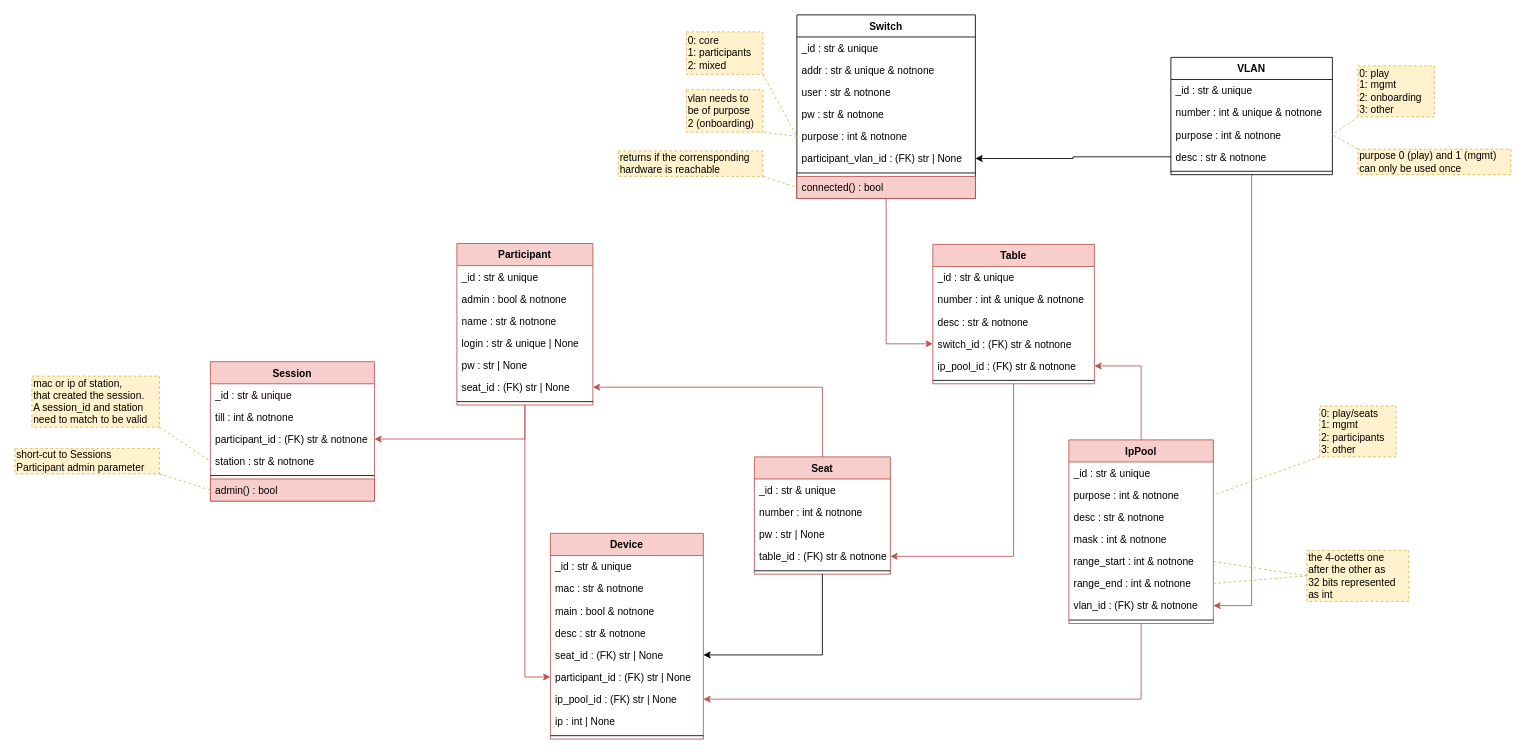
Earlier version of the draw.io diagram docs/elements_classes.drawio (nils-ost/LanPartyOnboardingSystem). Source tidied: cells renumbered, new cells numbered last; positions are measured from the earlier drawing's top-left corner, leaving out a move shared by most shapes. Both pictures are drawn from the tidied source at 85%, with x=0, y=0 at pixel (14, 14).
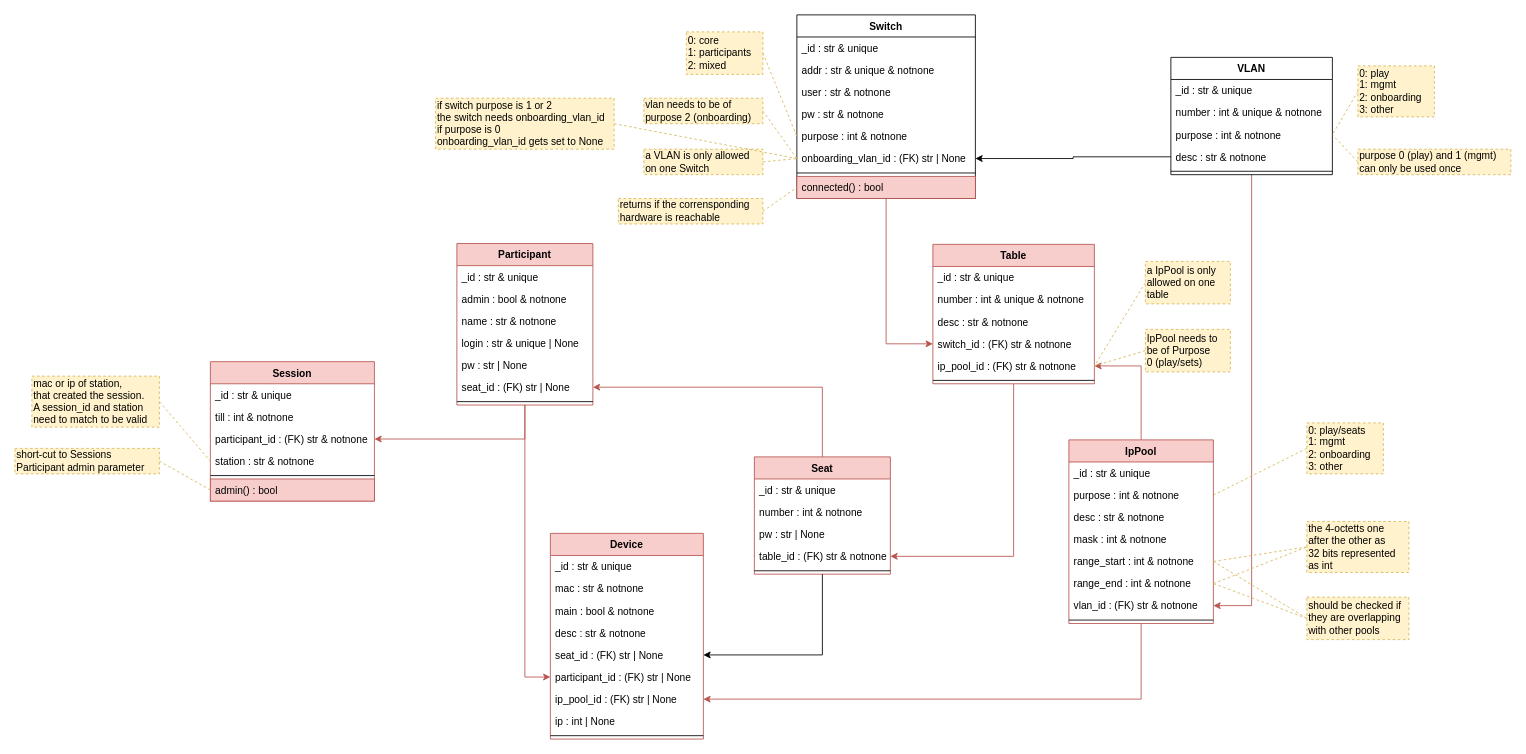
The same diagram, later.

Commit message (it also covers changes not shown here):
refined element Switch

The change refers to these unchanged cells:
```xml
<mxCell id="6" value="purpose : int &amp; notnone" style="text;strokeColor=none;fillColor=none;align=left;verticalAlign=top;spacingLeft=4;spacingRight=4;overflow=hidden;points=[[0,0.5],[1,0.5]];portConstraint=eastwest;" parent="3" vertex="1">
  <mxGeometry y="78" width="190" height="26" as="geometry" />
</mxCell>
<mxCell id="9" value="Switch" style="swimlane;fontStyle=1;align=center;verticalAlign=top;horizontal=1;startSize=26;" parent="1" vertex="1">
  <mxGeometry x="920" width="210" height="216" as="geometry" />
</mxCell>
<mxCell id="14" value="purpose : int &amp; notnone" style="text;strokeColor=none;fillColor=none;align=left;verticalAlign=top;spacingLeft=4;spacingRight=4;overflow=hidden;points=[[0,0.5],[1,0.5]];portConstraint=eastwest;" parent="9" vertex="1">
  <mxGeometry y="130" width="210" height="26" as="geometry" />
</mxCell>
<mxCell id="17" value="connected() : bool" style="text;strokeColor=#b85450;fillColor=#f8cecc;align=left;verticalAlign=top;spacingLeft=4;spacingRight=4;overflow=hidden;points=[[0,0.5],[1,0.5]];portConstraint=eastwest;" parent="9" vertex="1">
  <mxGeometry y="190" width="210" height="26" as="geometry" />
</mxCell>
<mxCell id="19" value="0: core&lt;br&gt;1: participants&lt;br&gt;2: mixed" style="rounded=0;whiteSpace=wrap;html=1;fillColor=#fff2cc;strokeColor=#d6b656;dashed=1;align=left;verticalAlign=middle;horizontal=1;labelPosition=center;verticalLabelPosition=middle;" parent="1" vertex="1">
  <mxGeometry x="790" y="20" width="90" height="50" as="geometry" />
</mxCell>
<mxCell id="22" value="0: play&lt;br&gt;1: mgmt&lt;br&gt;2: onboarding&lt;br&gt;3: other" style="rounded=0;whiteSpace=wrap;html=1;fillColor=#fff2cc;strokeColor=#d6b656;dashed=1;align=left;verticalAlign=middle;horizontal=1;labelPosition=center;verticalLabelPosition=middle;" parent="1" vertex="1">
  <mxGeometry x="1580" y="60" width="90" height="60" as="geometry" />
</mxCell>
<mxCell id="29" value="ip_pool_id : (FK) str &amp; notnone" style="text;strokeColor=none;fillColor=none;align=left;verticalAlign=top;spacingLeft=4;spacingRight=4;overflow=hidden;points=[[0,0.5],[1,0.5]];portConstraint=eastwest;dashed=1;" parent="24" vertex="1">
  <mxGeometry y="130" width="190" height="26" as="geometry" />
</mxCell>
<mxCell id="35" value="purpose : int &amp; notnone" style="text;strokeColor=none;fillColor=none;align=left;verticalAlign=top;spacingLeft=4;spacingRight=4;overflow=hidden;points=[[0,0.5],[1,0.5]];portConstraint=eastwest;" parent="33" vertex="1">
  <mxGeometry y="52" width="170" height="26" as="geometry" />
</mxCell>
<mxCell id="38" value="range_start : int &amp; notnone" style="text;strokeColor=none;fillColor=none;align=left;verticalAlign=top;spacingLeft=4;spacingRight=4;overflow=hidden;points=[[0,0.5],[1,0.5]];portConstraint=eastwest;" parent="33" vertex="1">
  <mxGeometry y="130" width="170" height="26" as="geometry" />
</mxCell>
<mxCell id="39" value="range_end : int &amp; notnone" style="text;strokeColor=none;fillColor=none;align=left;verticalAlign=top;spacingLeft=4;spacingRight=4;overflow=hidden;points=[[0,0.5],[1,0.5]];portConstraint=eastwest;" parent="33" vertex="1">
  <mxGeometry y="156" width="170" height="26" as="geometry" />
</mxCell>
<mxCell id="76" value="purpose 0 (play) and 1 (mgmt)&lt;br&gt;can only be used once" style="rounded=0;whiteSpace=wrap;html=1;fillColor=#fff2cc;strokeColor=#d6b656;dashed=1;align=left;verticalAlign=middle;horizontal=1;labelPosition=center;verticalLabelPosition=middle;" parent="1" vertex="1">
  <mxGeometry x="1580" y="158" width="180" height="30" as="geometry" />
</mxCell>
<mxCell id="83" value="station : str &amp; notnone" style="text;strokeColor=none;fillColor=none;align=left;verticalAlign=top;spacingLeft=4;spacingRight=4;overflow=hidden;points=[[0,0.5],[1,0.5]];portConstraint=eastwest;" parent="79" vertex="1">
  <mxGeometry y="104" width="193" height="26" as="geometry" />
</mxCell>
<mxCell id="85" value="admin() : bool" style="text;strokeColor=#b85450;fillColor=#f8cecc;align=left;verticalAlign=top;spacingLeft=4;spacingRight=4;overflow=hidden;points=[[0,0.5],[1,0.5]];portConstraint=eastwest;" parent="79" vertex="1">
  <mxGeometry y="138" width="193" height="26" as="geometry" />
</mxCell>
<mxCell id="87" value="mac or ip of station,&lt;br&gt;that created the session.&lt;br&gt;A session_id and station&lt;br&gt;need to match to be valid" style="rounded=0;whiteSpace=wrap;html=1;fillColor=#fff2cc;strokeColor=#d6b656;dashed=1;align=left;verticalAlign=middle;horizontal=1;labelPosition=center;verticalLabelPosition=middle;" parent="1" vertex="1">
  <mxGeometry x="20" y="425" width="150" height="60" as="geometry" />
</mxCell>
<mxCell id="90" value="short-cut to Sessions &lt;br&gt;Participant admin parameter" style="rounded=0;whiteSpace=wrap;html=1;fillColor=#fff2cc;strokeColor=#d6b656;dashed=1;align=left;verticalAlign=middle;horizontal=1;labelPosition=center;verticalLabelPosition=middle;" parent="1" vertex="1">
  <mxGeometry y="510" width="170" height="30" as="geometry" />
</mxCell>
```

What changed in the source:
```diff
@@
-    <mxCell id="15" value="participant_vlan_id : (FK) str | None" style="text;strokeColor=none;fillColor=none;align=left;verticalAlign=top;spacingLeft=4;spacingRight=4;overflow=hidden;points=[[0,0.5],[1,0.5]];portConstraint=eastwest;" parent="9" vertex="1">
+    <mxCell id="15" value="onboarding_vlan_id : (FK) str | None" style="text;align=left;verticalAlign=top;spacingLeft=4;spacingRight=4;overflow=hidden;points=[[0,0.5],[1,0.5]];portConstraint=eastwest;" parent="9" vertex="1">
       <mxGeometry y="156" width="210" height="26" as="geometry" />
     </mxCell>
@@
-    <mxCell id="18" style="rounded=0;jettySize=auto;html=1;exitX=1;exitY=1;exitDx=0;exitDy=0;dashed=1;fillColor=#fff2cc;strokeColor=#d6b656;endArrow=none;endFill=0;entryX=0;entryY=0.5;entryDx=0;entryDy=0;" parent="1" edge="1" source="19" target="14">
+    <mxCell id="18" style="rounded=0;jettySize=auto;html=1;exitX=1;exitY=0.5;exitDx=0;exitDy=0;dashed=1;fillColor=#fff2cc;strokeColor=#d6b656;endArrow=none;endFill=0;entryX=0;entryY=0.5;entryDx=0;entryDy=0;" parent="1" edge="1" source="19" target="14">
       <mxGeometry relative="1" as="geometry" />
     </mxCell>
@@
-    <mxCell id="20" style="edgeStyle=none;rounded=0;jettySize=auto;html=1;exitX=0;exitY=1;exitDx=0;exitDy=0;dashed=1;endArrow=none;endFill=0;fillColor=#fff2cc;strokeColor=#d6b656;entryX=1;entryY=0.5;entryDx=0;entryDy=0;" parent="1" edge="1" source="22" target="6">
+    <mxCell id="20" style="edgeStyle=none;rounded=0;jettySize=auto;html=1;exitX=0;exitY=0.5;exitDx=0;exitDy=0;dashed=1;endArrow=none;endFill=0;fillColor=#fff2cc;strokeColor=#d6b656;entryX=1;entryY=0.5;entryDx=0;entryDy=0;" parent="1" edge="1" source="22" target="6">
       <mxGeometry relative="1" as="geometry" />
     </mxCell>
-    <mxCell id="21" style="rounded=0;jettySize=auto;html=1;exitX=0;exitY=1;exitDx=0;exitDy=0;endArrow=none;endFill=0;entryX=1;entryY=0.5;entryDx=0;entryDy=0;dashed=1;fillColor=#fff2cc;strokeColor=#d6b656;" parent="1" edge="1" source="74" target="35">
+    <mxCell id="21" style="rounded=0;jettySize=auto;html=1;exitX=0;exitY=0.5;exitDx=0;exitDy=0;endArrow=none;endFill=0;entryX=1;entryY=0.5;entryDx=0;entryDy=0;dashed=1;fillColor=#fff2cc;strokeColor=#d6b656;" parent="1" edge="1" source="74" target="35">
       <mxGeometry relative="1" as="geometry" />
     </mxCell>
@@
     <mxCell id="43" value="the 4-octetts one&lt;br&gt;after the other as&lt;br&gt;32 bits represented&lt;br&gt;as int" style="rounded=0;whiteSpace=wrap;html=1;fillColor=#fff2cc;strokeColor=#d6b656;dashed=1;align=left;verticalAlign=middle;horizontal=1;labelPosition=center;verticalLabelPosition=middle;" parent="1" vertex="1">
-      <mxGeometry x="1520" y="630" width="120" height="60" as="geometry" />
+      <mxGeometry x="1520" y="596" width="120" height="60" as="geometry" />
     </mxCell>
@@
-    <mxCell id="74" value="0: play/seats&lt;br&gt;1: mgmt&lt;br&gt;2: participants&lt;br&gt;3: other" style="rounded=0;whiteSpace=wrap;html=1;fillColor=#fff2cc;strokeColor=#d6b656;dashed=1;align=left;verticalAlign=middle;horizontal=1;labelPosition=center;verticalLabelPosition=middle;" parent="1" vertex="1">
-      <mxGeometry x="1535" y="460" width="90" height="60" as="geometry" />
+    <mxCell id="74" value="0: play/seats&lt;br&gt;1: mgmt&lt;br&gt;2: onboarding&lt;br&gt;3: other" style="rounded=0;whiteSpace=wrap;html=1;fillColor=#fff2cc;strokeColor=#d6b656;dashed=1;align=left;verticalAlign=middle;horizontal=1;labelPosition=center;verticalLabelPosition=middle;" parent="1" vertex="1">
+      <mxGeometry x="1520" y="480" width="90" height="60" as="geometry" />
     </mxCell>
-    <mxCell id="75" style="rounded=0;jettySize=auto;html=1;exitX=0;exitY=0;exitDx=0;exitDy=0;fillColor=#fff2cc;strokeColor=#d6b656;dashed=1;endArrow=none;endFill=0;entryX=1;entryY=0.5;entryDx=0;entryDy=0;" parent="1" edge="1" source="76" target="6">
+    <mxCell id="75" style="rounded=0;jettySize=auto;html=1;exitX=0;exitY=0.5;exitDx=0;exitDy=0;fillColor=#fff2cc;strokeColor=#d6b656;dashed=1;endArrow=none;endFill=0;entryX=1;entryY=0.5;entryDx=0;entryDy=0;" parent="1" edge="1" source="76" target="6">
       <mxGeometry relative="1" as="geometry" />
     </mxCell>
@@
-    <mxCell id="77" value="vlan needs to&lt;br&gt;be of purpose&lt;br&gt;2 (onboarding)" style="rounded=0;whiteSpace=wrap;html=1;fillColor=#fff2cc;strokeColor=#d6b656;dashed=1;align=left;verticalAlign=middle;horizontal=1;labelPosition=center;verticalLabelPosition=middle;" parent="1" vertex="1">
-      <mxGeometry x="790" y="88" width="90" height="50" as="geometry" />
+    <mxCell id="77" value="vlan needs to be of&lt;br&gt;purpose 2 (onboarding)" style="rounded=0;whiteSpace=wrap;html=1;fillColor=#fff2cc;strokeColor=#d6b656;dashed=1;align=left;verticalAlign=middle;horizontal=1;labelPosition=center;verticalLabelPosition=middle;" parent="1" vertex="1">
+      <mxGeometry x="740" y="98" width="140" height="30" as="geometry" />
     </mxCell>
-    <mxCell id="78" style="rounded=0;jettySize=auto;html=1;exitX=0;exitY=0.5;exitDx=0;exitDy=0;entryX=1;entryY=1;entryDx=0;entryDy=0;dashed=1;fillColor=#fff2cc;strokeColor=#d6b656;endArrow=none;endFill=0;" parent="1" edge="1" source="14" target="77">
+    <mxCell id="78" style="rounded=0;jettySize=auto;html=1;exitX=0;exitY=0.5;exitDx=0;exitDy=0;entryX=1;entryY=0.5;entryDx=0;entryDy=0;dashed=1;fillColor=#fff2cc;strokeColor=#d6b656;endArrow=none;endFill=0;" parent="1" edge="1" source="15" target="77">
       <mxGeometry relative="1" as="geometry" />
     </mxCell>
@@
-    <mxCell id="86" style="rounded=0;jettySize=auto;html=1;exitX=1;exitY=1;exitDx=0;exitDy=0;dashed=1;fillColor=#fff2cc;strokeColor=#d6b656;endArrow=none;endFill=0;entryX=0;entryY=0.5;entryDx=0;entryDy=0;" parent="1" edge="1" source="87" target="83">
+    <mxCell id="86" style="rounded=0;jettySize=auto;html=1;exitX=1;exitY=0.5;exitDx=0;exitDy=0;dashed=1;fillColor=#fff2cc;strokeColor=#d6b656;endArrow=none;endFill=0;entryX=0;entryY=0.5;entryDx=0;entryDy=0;" parent="1" edge="1" source="87" target="83">
       <mxGeometry relative="1" as="geometry" />
     </mxCell>
@@
-    <mxCell id="89" style="edgeStyle=none;rounded=0;jettySize=auto;html=1;exitX=1;exitY=1;exitDx=0;exitDy=0;entryX=0;entryY=0.5;entryDx=0;entryDy=0;dashed=1;endArrow=none;endFill=0;fillColor=#fff2cc;strokeColor=#d6b656;" parent="1" edge="1" source="90" target="85">
+    <mxCell id="89" style="edgeStyle=none;rounded=0;jettySize=auto;html=1;exitX=1;exitY=0.5;exitDx=0;exitDy=0;entryX=0;entryY=0.5;entryDx=0;entryDy=0;dashed=1;endArrow=none;endFill=0;fillColor=#fff2cc;strokeColor=#d6b656;" parent="1" edge="1" source="90" target="85">
       <mxGeometry relative="1" as="geometry" />
     </mxCell>
@@
-    <mxCell id="91" style="edgeStyle=none;rounded=0;jettySize=auto;html=1;exitX=1;exitY=1;exitDx=0;exitDy=0;entryX=0;entryY=0.5;entryDx=0;entryDy=0;dashed=1;endArrow=none;endFill=0;fillColor=#fff2cc;strokeColor=#d6b656;" parent="1" edge="1" source="92" target="17">
+    <mxCell id="91" style="edgeStyle=none;rounded=0;jettySize=auto;html=1;exitX=1;exitY=0.5;exitDx=0;exitDy=0;entryX=0;entryY=0.5;entryDx=0;entryDy=0;dashed=1;endArrow=none;endFill=0;fillColor=#fff2cc;strokeColor=#d6b656;" parent="1" edge="1" source="92" target="17">
       <mxGeometry relative="1" as="geometry" />
     </mxCell>
     <mxCell id="92" value="returns if the corrensponding &lt;br&gt;hardware is reachable" style="rounded=0;whiteSpace=wrap;html=1;fillColor=#fff2cc;strokeColor=#d6b656;dashed=1;align=left;verticalAlign=middle;horizontal=1;labelPosition=center;verticalLabelPosition=middle;" parent="1" vertex="1">
-      <mxGeometry x="710" y="160" width="170" height="30" as="geometry" />
+      <mxGeometry x="710" y="216" width="170" height="30" as="geometry" />
     </mxCell>
+    <mxCell id="93" style="rounded=0;jettySize=auto;html=1;exitX=0;exitY=0.5;exitDx=0;exitDy=0;dashed=1;endArrow=none;endFill=0;fillColor=#fff2cc;strokeColor=#d6b656;entryX=1;entryY=0.5;entryDx=0;entryDy=0;" parent="1" edge="1" source="95" target="38">
+      <mxGeometry relative="1" as="geometry" />
+    </mxCell>
+    <mxCell id="94" style="edgeStyle=none;rounded=0;jettySize=auto;html=1;exitX=0;exitY=0.5;exitDx=0;exitDy=0;entryX=1;entryY=0.5;entryDx=0;entryDy=0;dashed=1;endArrow=none;endFill=0;fillColor=#fff2cc;strokeColor=#d6b656;" parent="1" edge="1" source="95" target="39">
+      <mxGeometry relative="1" as="geometry" />
+    </mxCell>
+    <mxCell id="95" value="should be checked if&lt;br&gt;they are overlapping&lt;br&gt;with other pools" style="rounded=0;whiteSpace=wrap;html=1;fillColor=#fff2cc;strokeColor=#d6b656;dashed=1;align=left;verticalAlign=middle;horizontal=1;labelPosition=center;verticalLabelPosition=middle;" parent="1" vertex="1">
+      <mxGeometry x="1520" y="685" width="120" height="50" as="geometry" />
+    </mxCell>
+    <mxCell id="96" style="edgeStyle=none;rounded=0;jettySize=auto;html=1;exitX=0;exitY=0.5;exitDx=0;exitDy=0;entryX=1;entryY=0.5;entryDx=0;entryDy=0;dashed=1;endArrow=none;endFill=0;fillColor=#fff2cc;strokeColor=#d6b656;" parent="1" edge="1" source="97" target="29">
+      <mxGeometry relative="1" as="geometry" />
+    </mxCell>
+    <mxCell id="97" value="a IpPool is only &lt;br&gt;allowed on one&lt;br&gt;table" style="rounded=0;whiteSpace=wrap;html=1;fillColor=#fff2cc;strokeColor=#d6b656;dashed=1;align=left;verticalAlign=middle;horizontal=1;labelPosition=center;verticalLabelPosition=middle;" parent="1" vertex="1">
+      <mxGeometry x="1330" y="290" width="100" height="50" as="geometry" />
+    </mxCell>
+    <mxCell id="98" style="edgeStyle=none;rounded=0;jettySize=auto;html=1;exitX=0;exitY=0.5;exitDx=0;exitDy=0;entryX=1;entryY=0.5;entryDx=0;entryDy=0;dashed=1;endArrow=none;endFill=0;fillColor=#fff2cc;strokeColor=#d6b656;" parent="1" edge="1" source="99" target="29">
+      <mxGeometry relative="1" as="geometry" />
+    </mxCell>
+    <mxCell id="99" value="IpPool needs to&lt;br&gt;be of Purpose&lt;br&gt;0 (play/sets)" style="rounded=0;whiteSpace=wrap;html=1;fillColor=#fff2cc;strokeColor=#d6b656;dashed=1;align=left;verticalAlign=middle;horizontal=1;labelPosition=center;verticalLabelPosition=middle;" parent="1" vertex="1">
+      <mxGeometry x="1330" y="370" width="100" height="50" as="geometry" />
+    </mxCell>
+    <mxCell id="100" style="edgeStyle=none;rounded=0;jettySize=auto;html=1;exitX=1;exitY=0.5;exitDx=0;exitDy=0;entryX=0;entryY=0.5;entryDx=0;entryDy=0;dashed=1;endArrow=none;endFill=0;fillColor=#fff2cc;strokeColor=#d6b656;" parent="1" edge="1" source="101" target="15">
+      <mxGeometry relative="1" as="geometry" />
+    </mxCell>
+    <mxCell id="101" value="a VLAN is only allowed&lt;br&gt;on one Switch" style="rounded=0;whiteSpace=wrap;html=1;fillColor=#fff2cc;strokeColor=#d6b656;dashed=1;align=left;verticalAlign=middle;horizontal=1;labelPosition=center;verticalLabelPosition=middle;" parent="1" vertex="1">
+      <mxGeometry x="740" y="158" width="140" height="30" as="geometry" />
+    </mxCell>
+    <mxCell id="102" style="edgeStyle=none;rounded=0;jettySize=auto;html=1;exitX=1;exitY=0.5;exitDx=0;exitDy=0;entryX=0;entryY=0.5;entryDx=0;entryDy=0;dashed=1;endArrow=none;endFill=0;fillColor=#fff2cc;strokeColor=#d6b656;" parent="1" edge="1" source="103" target="15">
+      <mxGeometry relative="1" as="geometry" />
+    </mxCell>
+    <mxCell id="103" value="if switch purpose is 1 or 2&lt;br&gt;the switch needs onboarding_vlan_id&lt;br&gt;if purpose is 0&lt;br&gt;onboarding_vlan_id gets set to None" style="rounded=0;whiteSpace=wrap;html=1;fillColor=#fff2cc;strokeColor=#d6b656;dashed=1;align=left;verticalAlign=middle;horizontal=1;labelPosition=center;verticalLabelPosition=middle;" parent="1" vertex="1">
+      <mxGeometry x="495" y="98" width="210" height="60" as="geometry" />
+    </mxCell>
```
